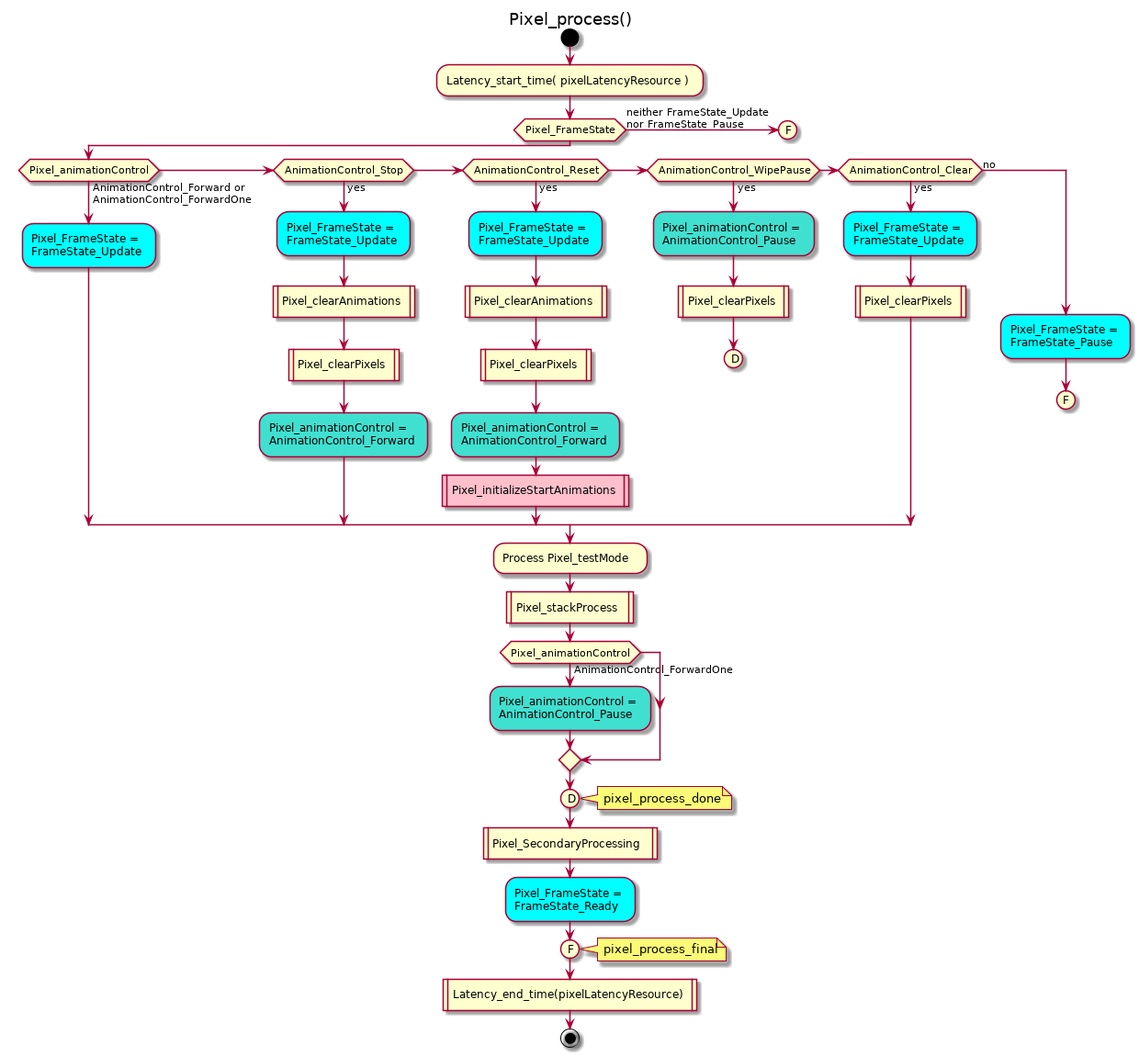
Above: doc/uml/Pixel_process.png in kluelogic/controller (PlantUML), before the change. The source it was exported from:
```plantuml
@startuml
title Pixel_process()
start
:Latency_start_time( pixelLatencyResource );
if (Pixel_FrameState) then (neither FrameState_Update\nnor FrameState_Pause)
 (F)
 detach
endif
if (Pixel_animationControl) then (AnimationControl_Forward or\nAnimationControl_ForwardOne)
 #Aqua:Pixel_FrameState =\nFrameState_Update;
elseif (AnimationControl_Stop) then (yes)
 #Aqua:Pixel_FrameState =\nFrameState_Update;
 :Pixel_clearAnimations|
 :Pixel_clearPixels|
 #Turquoise:Pixel_animationControl =\nAnimationControl_Forward;
elseif (AnimationControl_Reset) then (yes)
 #Aqua:Pixel_FrameState =\nFrameState_Update;
 :Pixel_clearAnimations|
 :Pixel_clearPixels|
 #Turquoise:Pixel_animationControl =\nAnimationControl_Forward;
 #Pink:Pixel_initializeStartAnimations|
elseif (AnimationControl_WipePause) then (yes)
 #Turquoise:Pixel_animationControl =\nAnimationControl_Pause;
 :Pixel_clearPixels|
 (D)
 detach
elseif (AnimationControl_Clear) then (yes)
 #Aqua:Pixel_FrameState =\nFrameState_Update;
 :Pixel_clearPixels|
else (no)
 #Aqua:Pixel_FrameState =\nFrameState_Pause;
 (F)
 detach
endif
:Process Pixel_testMode;
:Pixel_stackProcess|
if (Pixel_animationControl) then (AnimationControl_ForwardOne)
 #Turquoise:Pixel_animationControl =\nAnimationControl_Pause;
endif
(D)
note right
 pixel_process_done
end note
:Pixel_SecondaryProcessing|
#Aqua:Pixel_FrameState =\nFrameState_Ready;
(F)
note right
 pixel_process_final
end note
:Latency_end_time(pixelLatencyResource)|
stop
@enduml
```
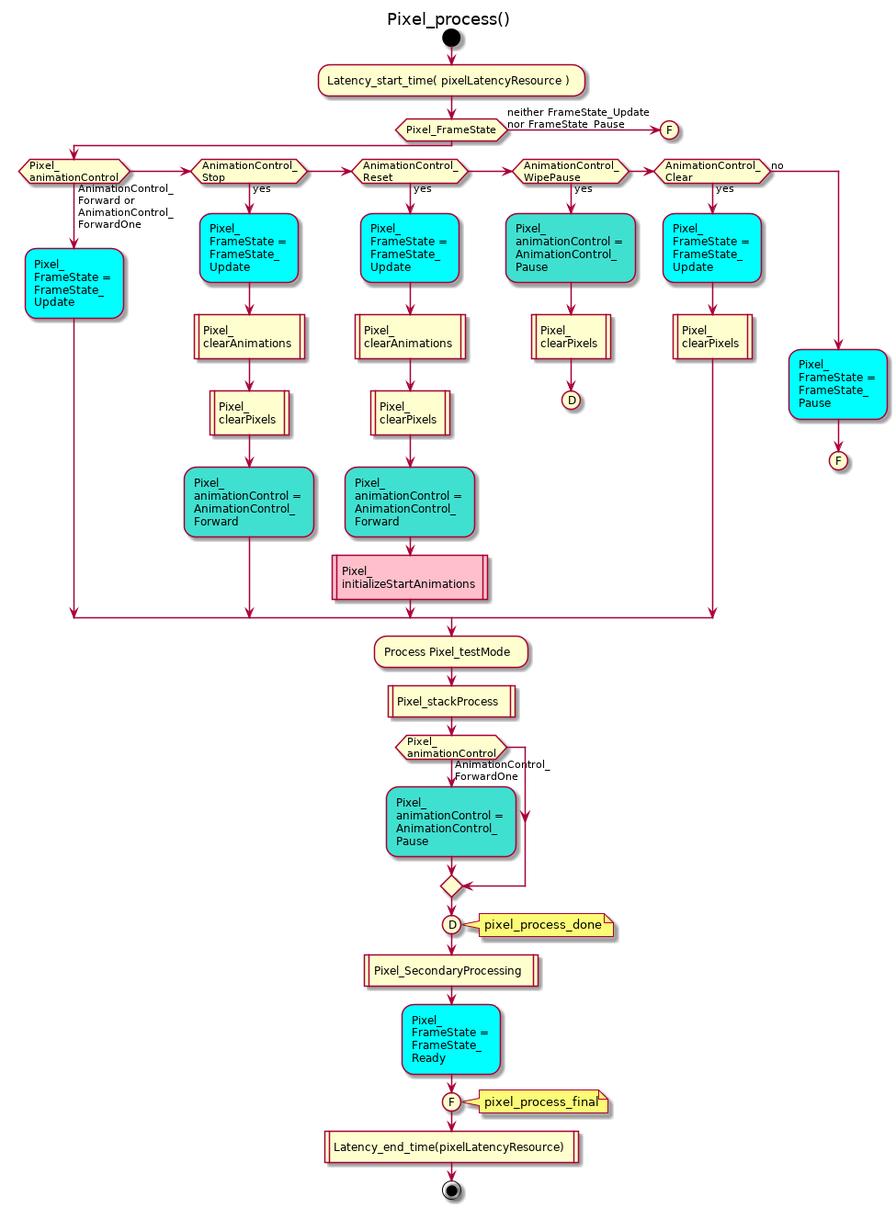
The same file after the commit.

Diff of the diagram source:
```diff
@@ -6,43 +6,43 @@
  (F)
  detach
 endif
-if (Pixel_animationControl) then (AnimationControl_Forward or\nAnimationControl_ForwardOne)
- #Aqua:Pixel_FrameState =\nFrameState_Update;
-elseif (AnimationControl_Stop) then (yes)
- #Aqua:Pixel_FrameState =\nFrameState_Update;
- :Pixel_clearAnimations|
- :Pixel_clearPixels|
- #Turquoise:Pixel_animationControl =\nAnimationControl_Forward;
-elseif (AnimationControl_Reset) then (yes)
- #Aqua:Pixel_FrameState =\nFrameState_Update;
- :Pixel_clearAnimations|
- :Pixel_clearPixels|
- #Turquoise:Pixel_animationControl =\nAnimationControl_Forward;
- #Pink:Pixel_initializeStartAnimations|
-elseif (AnimationControl_WipePause) then (yes)
- #Turquoise:Pixel_animationControl =\nAnimationControl_Pause;
- :Pixel_clearPixels|
+if (Pixel_\nanimationControl) then (AnimationControl_\nForward or\nAnimationControl_\nForwardOne)
+ #Aqua:Pixel_\nFrameState =\nFrameState_\nUpdate;
+elseif (AnimationControl_\nStop) then (yes)
+ #Aqua:Pixel_\nFrameState =\nFrameState_\nUpdate;
+ :Pixel_\nclearAnimations|
+ :Pixel_\nclearPixels|
+ #Turquoise:Pixel_\nanimationControl =\nAnimationControl_\nForward;
+elseif (AnimationControl_\nReset) then (yes)
+ #Aqua:Pixel_\nFrameState =\nFrameState_\nUpdate;
+ :Pixel_\nclearAnimations|
+ :Pixel_\nclearPixels|
+ #Turquoise:Pixel_\nanimationControl =\nAnimationControl_\nForward;
+ #Pink:Pixel_\ninitializeStartAnimations|
+elseif (AnimationControl_\nWipePause) then (yes)
+ #Turquoise:Pixel_\nanimationControl =\nAnimationControl_\nPause;
+ :Pixel_\nclearPixels|
  (D)
  detach
-elseif (AnimationControl_Clear) then (yes)
- #Aqua:Pixel_FrameState =\nFrameState_Update;
- :Pixel_clearPixels|
+elseif (AnimationControl_\nClear) then (yes)
+ #Aqua:Pixel_\nFrameState =\nFrameState_\nUpdate;
+ :Pixel_\nclearPixels|
 else (no)
- #Aqua:Pixel_FrameState =\nFrameState_Pause;
+ #Aqua:Pixel_\nFrameState =\nFrameState_\nPause;
  (F)
  detach
 endif
 :Process Pixel_testMode;
 :Pixel_stackProcess|
-if (Pixel_animationControl) then (AnimationControl_ForwardOne)
- #Turquoise:Pixel_animationControl =\nAnimationControl_Pause;
+if (Pixel_\nanimationControl) then (AnimationControl_\nForwardOne)
+ #Turquoise:Pixel_\nanimationControl =\nAnimationControl_\nPause;
 endif
 (D)
 note right
  pixel_process_done
 end note
 :Pixel_SecondaryProcessing|
-#Aqua:Pixel_FrameState =\nFrameState_Ready;
+#Aqua:Pixel_\nFrameState =\nFrameState_\nReady;
 (F)
 note right
  pixel_process_final
```
